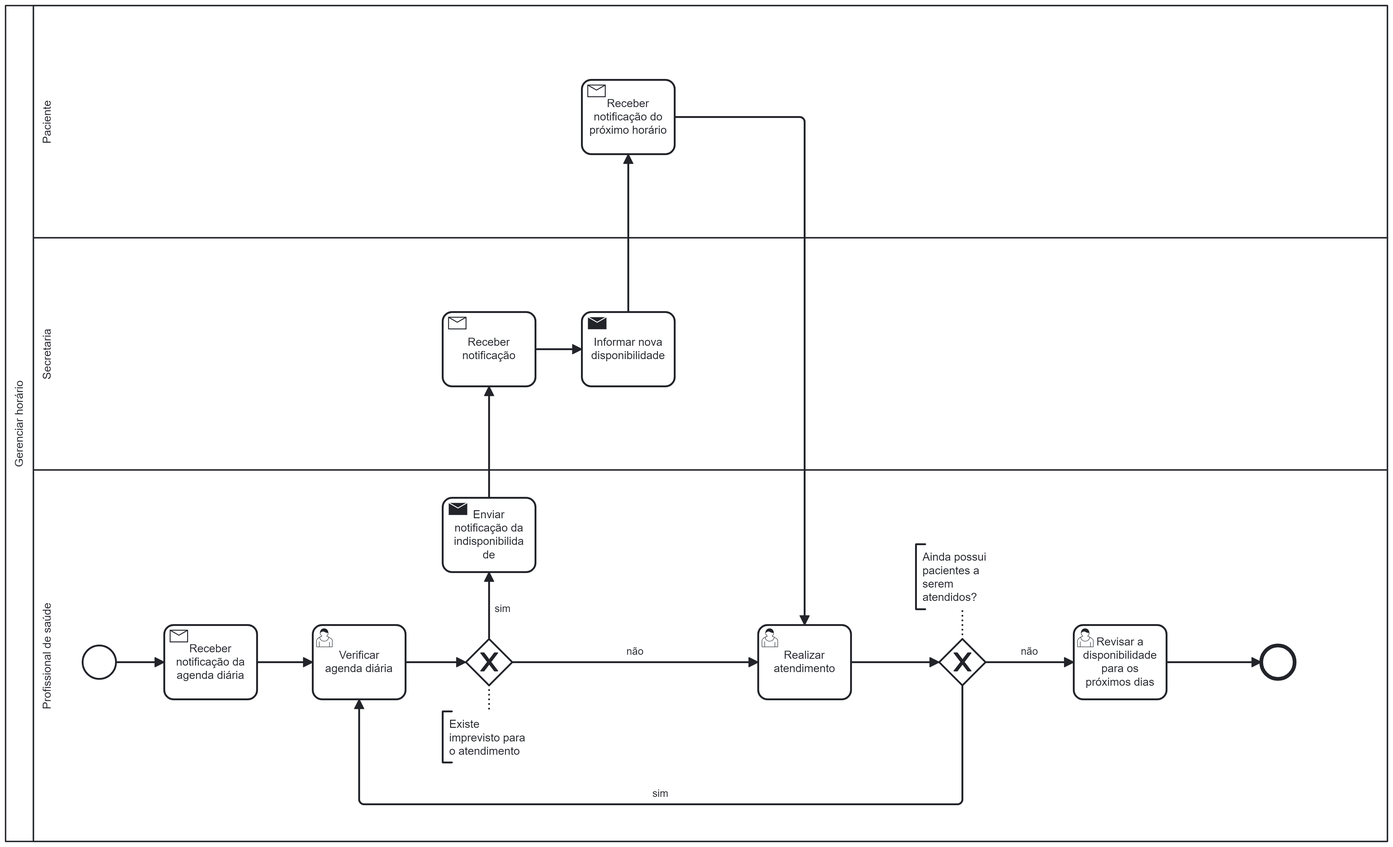
This is docs/images/processo_4_gerenciar_horario.png from bragap/healthassist-faculdade-2p, a BPMN export, as it was before one commit. Its source is kept beside it as assets/processes/processo_4_gerenciar_horario.bpmn. Ids are renumbered.
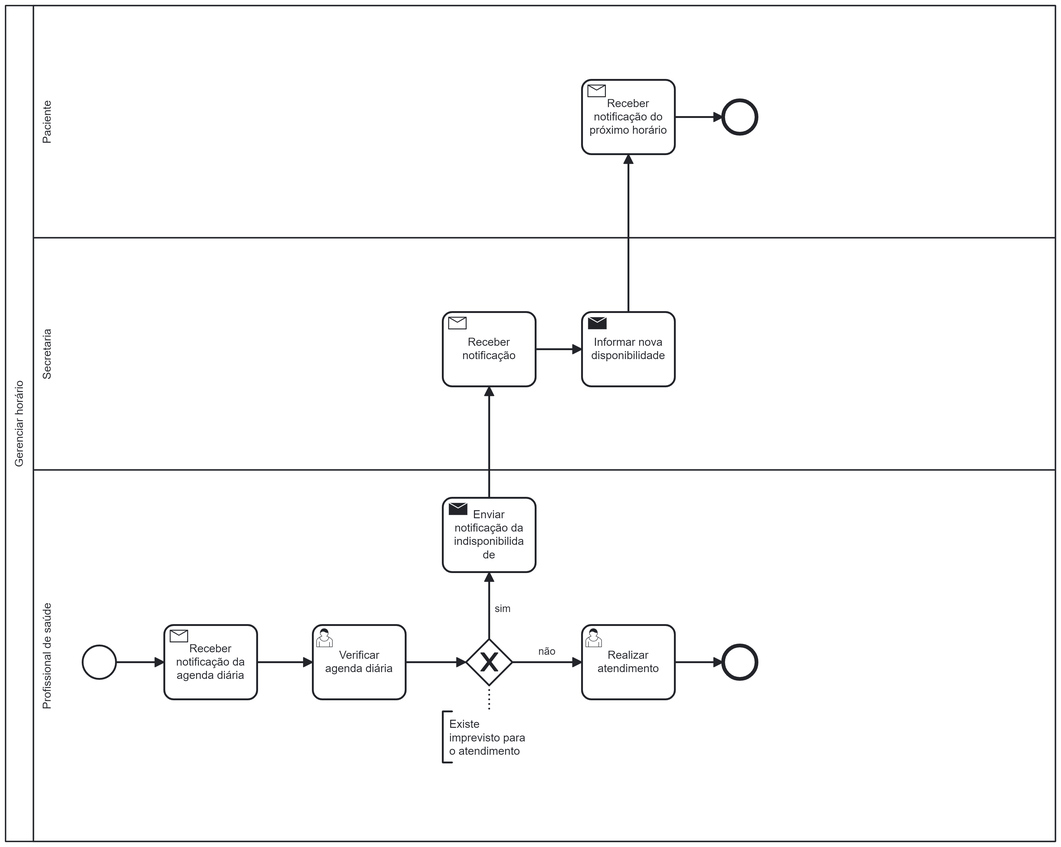
Above is the later version.

Commit message:
Autalização do Processo 4 #63

Diff of the diagram source:
```diff
@@ -10,10 +10,8 @@
         <bpmn:flowNodeRef>Activity_n8</bpmn:flowNodeRef>
         <bpmn:flowNodeRef>Gateway_n9</bpmn:flowNodeRef>
         <bpmn:flowNodeRef>Activity_n10</bpmn:flowNodeRef>
-        <bpmn:flowNodeRef>Gateway_n11</bpmn:flowNodeRef>
-        <bpmn:flowNodeRef>Event_n12</bpmn:flowNodeRef>
         <bpmn:flowNodeRef>Activity_n13</bpmn:flowNodeRef>
-        <bpmn:flowNodeRef>Activity_n14</bpmn:flowNodeRef>
+        <bpmn:flowNodeRef>Event_n37</bpmn:flowNodeRef>
       </bpmn:lane>
       <bpmn:lane id="Lane_n15" name="Secretaria">
         <bpmn:flowNodeRef>Activity_n16</bpmn:flowNodeRef>
@@ -21,6 +19,7 @@
       </bpmn:lane>
       <bpmn:lane id="Lane_n18" name="Paciente">
         <bpmn:flowNodeRef>Activity_n19</bpmn:flowNodeRef>
+        <bpmn:flowNodeRef>Event_n38</bpmn:flowNodeRef>
       </bpmn:lane>
     </bpmn:laneSet>
     <bpmn:startEvent id="StartEvent_1">
@@ -32,7 +31,6 @@
     </bpmn:receiveTask>
     <bpmn:userTask id="Activity_n8" name="Verificar agenda diária">
       <bpmn:incoming>Flow_n21</bpmn:incoming>
-      <bpmn:incoming>Flow_n22</bpmn:incoming>
       <bpmn:outgoing>Flow_n23</bpmn:outgoing>
     </bpmn:userTask>
     <bpmn:exclusiveGateway id="Gateway_n9">
@@ -48,77 +46,55 @@
       <bpmn:incoming>Flow_n26</bpmn:incoming>
       <bpmn:outgoing>Flow_n27</bpmn:outgoing>
     </bpmn:receiveTask>
-    <bpmn:exclusiveGateway id="Gateway_n11">
-      <bpmn:incoming>Flow_n28</bpmn:incoming>
-      <bpmn:outgoing>Flow_n29</bpmn:outgoing>
-      <bpmn:outgoing>Flow_n22</bpmn:outgoing>
-    </bpmn:exclusiveGateway>
-    <bpmn:endEvent id="Event_n12">
-      <bpmn:incoming>Flow_n30</bpmn:incoming>
-    </bpmn:endEvent>
     <bpmn:receiveTask id="Activity_n19" name="Receber notificação do próximo horário">
       <bpmn:incoming>Flow_n31</bpmn:incoming>
-      <bpmn:outgoing>Flow_n32</bpmn:outgoing>
+      <bpmn:outgoing>Flow_n39</bpmn:outgoing>
     </bpmn:receiveTask>
     <bpmn:sendTask id="Activity_n17" name="Informar nova disponibilidade">
       <bpmn:incoming>Flow_n27</bpmn:incoming>
       <bpmn:outgoing>Flow_n31</bpmn:outgoing>
     </bpmn:sendTask>
-    <bpmn:userTask id="Activity_n13" name="Realizar atendimento">
-      <bpmn:incoming>Flow_n25</bpmn:incoming>
-      <bpmn:incoming>Flow_n32</bpmn:incoming>
-      <bpmn:outgoing>Flow_n28</bpmn:outgoing>
-    </bpmn:userTask>
-    <bpmn:userTask id="Activity_n14" name="Revisar a disponibilidade para os próximos dias">
-      <bpmn:incoming>Flow_n29</bpmn:incoming>
-      <bpmn:outgoing>Flow_n30</bpmn:outgoing>
-    </bpmn:userTask>
     <bpmn:sequenceFlow id="Flow_n20" sourceRef="StartEvent_1" targetRef="Activity_n7" />
     <bpmn:sequenceFlow id="Flow_n21" sourceRef="Activity_n7" targetRef="Activity_n8" />
-    <bpmn:sequenceFlow id="Flow_n22" name="sim" sourceRef="Gateway_n11" targetRef="Activity_n8" />
     <bpmn:sequenceFlow id="Flow_n23" sourceRef="Activity_n8" targetRef="Gateway_n9" />
     <bpmn:sequenceFlow id="Flow_n24" name="sim" sourceRef="Gateway_n9" targetRef="Activity_n10" />
     <bpmn:sequenceFlow id="Flow_n25" name="não" sourceRef="Gateway_n9" targetRef="Activity_n13" />
     <bpmn:sequenceFlow id="Flow_n26" sourceRef="Activity_n10" targetRef="Activity_n16" />
     <bpmn:sequenceFlow id="Flow_n27" sourceRef="Activity_n16" targetRef="Activity_n17" />
-    <bpmn:sequenceFlow id="Flow_n28" sourceRef="Activity_n13" targetRef="Gateway_n11" />
-    <bpmn:sequenceFlow id="Flow_n29" name="não" sourceRef="Gateway_n11" targetRef="Activity_n14" />
-    <bpmn:sequenceFlow id="Flow_n30" sourceRef="Activity_n14" targetRef="Event_n12" />
     <bpmn:sequenceFlow id="Flow_n31" sourceRef="Activity_n17" targetRef="Activity_n19" />
-    <bpmn:sequenceFlow id="Flow_n32" sourceRef="Activity_n19" targetRef="Activity_n13" />
-    <bpmn:textAnnotation id="TextAnnotation_n33">
-      <bpmn:text>Ainda possui pacientes a serem atendidos?</bpmn:text>
-    </bpmn:textAnnotation>
+    <bpmn:sequenceFlow id="Flow_n40" sourceRef="Activity_n13" targetRef="Event_n37" />
+    <bpmn:endEvent id="Event_n38">
+      <bpmn:incoming>Flow_n39</bpmn:incoming>
+    </bpmn:endEvent>
+    <bpmn:sequenceFlow id="Flow_n39" sourceRef="Activity_n19" targetRef="Event_n38" />
+    <bpmn:userTask id="Activity_n13" name="Realizar atendimento">
+      <bpmn:incoming>Flow_n25</bpmn:incoming>
+      <bpmn:outgoing>Flow_n40</bpmn:outgoing>
+    </bpmn:userTask>
+    <bpmn:endEvent id="Event_n37">
+      <bpmn:incoming>Flow_n40</bpmn:incoming>
+    </bpmn:endEvent>
     <bpmn:textAnnotation id="TextAnnotation_n34">
       <bpmn:text>Existe imprevisto para o atendimento</bpmn:text>
     </bpmn:textAnnotation>
-    <bpmn:association id="Association_n35" sourceRef="Gateway_n11" targetRef="TextAnnotation_n33" />
     <bpmn:association id="Association_n36" sourceRef="Gateway_n9" targetRef="TextAnnotation_n34" />
   </bpmn:process>
   <bpmndi:BPMNDiagram id="BPMNDiagram_1">
     <bpmndi:BPMNPlane id="BPMNPlane_1" bpmnElement="Collaboration_n2">
       <bpmndi:BPMNShape id="Participant_n3_di" bpmnElement="Participant_n3" isHorizontal="true">
-        <dc:Bounds x="129" y="80" width="1489" height="900" />
+        <dc:Bounds x="129" y="80" width="1131" height="900" />
+        <bpmndi:BPMNLabel />
+      </bpmndi:BPMNShape>
+      <bpmndi:BPMNShape id="Lane_n18_di" bpmnElement="Lane_n18" isHorizontal="true">
+        <dc:Bounds x="159" y="80" width="1101" height="250" />
+        <bpmndi:BPMNLabel />
+      </bpmndi:BPMNShape>
+      <bpmndi:BPMNShape id="Lane_n15_di" bpmnElement="Lane_n15" isHorizontal="true">
+        <dc:Bounds x="159" y="330" width="1101" height="250" />
         <bpmndi:BPMNLabel />
       </bpmndi:BPMNShape>
       <bpmndi:BPMNShape id="Lane_n6_di" bpmnElement="Lane_n6" isHorizontal="true">
-        <dc:Bounds x="159" y="580" width="1459" height="400" />
-        <bpmndi:BPMNLabel />
-      </bpmndi:BPMNShape>
-      <bpmndi:BPMNShape id="Lane_n15_di" bpmnElement="Lane_n15" isHorizontal="true">
-        <dc:Bounds x="159" y="330" width="1459" height="250" />
-        <bpmndi:BPMNLabel />
-      </bpmndi:BPMNShape>
-      <bpmndi:BPMNShape id="Lane_n18_di" bpmnElement="Lane_n18" isHorizontal="true">
-        <dc:Bounds x="159" y="80" width="1459" height="250" />
-        <bpmndi:BPMNLabel />
-      </bpmndi:BPMNShape>
-      <bpmndi:BPMNShape id="TextAnnotation_n33_di" bpmnElement="TextAnnotation_n33">
-        <dc:Bounds x="1110" y="660" width="99.99999794078421" height="69.98987751290223" />
-        <bpmndi:BPMNLabel />
-      </bpmndi:BPMNShape>
-      <bpmndi:BPMNShape id="TextAnnotation_n34_di" bpmnElement="TextAnnotation_n34">
-        <dc:Bounds x="600" y="840" width="99.99999794078421" height="54.993252361673406" />
+        <dc:Bounds x="159" y="580" width="1101" height="400" />
         <bpmndi:BPMNLabel />
       </bpmndi:BPMNShape>
       <bpmndi:BPMNShape id="_BPMNShape_StartEvent_2" bpmnElement="StartEvent_1">
@@ -141,34 +117,26 @@
       <bpmndi:BPMNShape id="Activity_0jwj8g1_di" bpmnElement="Activity_n16">
         <dc:Bounds x="600" y="410" width="100" height="80" />
       </bpmndi:BPMNShape>
-      <bpmndi:BPMNShape id="Gateway_n11_di" bpmnElement="Gateway_n11" isMarkerVisible="true">
-        <dc:Bounds x="1135" y="762" width="50" height="50" />
-      </bpmndi:BPMNShape>
-      <bpmndi:BPMNShape id="Event_n12_di" bpmnElement="Event_n12">
-        <dc:Bounds x="1482" y="769" width="36" height="36" />
-      </bpmndi:BPMNShape>
       <bpmndi:BPMNShape id="Activity_0mrf0g4_di" bpmnElement="Activity_n19">
         <dc:Bounds x="750" y="160" width="100" height="80" />
       </bpmndi:BPMNShape>
       <bpmndi:BPMNShape id="Activity_0tf8ryx_di" bpmnElement="Activity_n17">
         <dc:Bounds x="750" y="410" width="100" height="80" />
       </bpmndi:BPMNShape>
-      <bpmndi:BPMNShape id="Activity_0ib7bg7_di" bpmnElement="Activity_n13">
-        <dc:Bounds x="940" y="747" width="100" height="80" />
+      <bpmndi:BPMNShape id="TextAnnotation_n34_di" bpmnElement="TextAnnotation_n34">
+        <dc:Bounds x="600" y="840" width="99.99999794078421" height="54.993252361673406" />
         <bpmndi:BPMNLabel />
       </bpmndi:BPMNShape>
-      <bpmndi:BPMNShape id="Activity_1fgx6bj_di" bpmnElement="Activity_n14">
-        <dc:Bounds x="1280" y="747" width="100" height="80" />
+      <bpmndi:BPMNShape id="Event_n38_di" bpmnElement="Event_n38">
+        <dc:Bounds x="902" y="182" width="36" height="36" />
+      </bpmndi:BPMNShape>
+      <bpmndi:BPMNShape id="Activity_0ib7bg7_di" bpmnElement="Activity_n13">
+        <dc:Bounds x="750" y="747" width="100" height="80" />
         <bpmndi:BPMNLabel />
       </bpmndi:BPMNShape>
-      <bpmndi:BPMNEdge id="Association_n35_di" bpmnElement="Association_n35">
-        <di:waypoint x="1160" y="762" />
-        <di:waypoint x="1160" y="730" />
-      </bpmndi:BPMNEdge>
-      <bpmndi:BPMNEdge id="Association_n36_di" bpmnElement="Association_n36">
-        <di:waypoint x="650" y="812" />
-        <di:waypoint x="650" y="840" />
-      </bpmndi:BPMNEdge>
+      <bpmndi:BPMNShape id="Event_n37_di" bpmnElement="Event_n37">
+        <dc:Bounds x="902" y="769" width="36" height="36" />
+      </bpmndi:BPMNShape>
       <bpmndi:BPMNEdge id="Flow_n20_di" bpmnElement="Flow_n20">
         <di:waypoint x="248" y="787" />
         <di:waypoint x="300" y="787" />
@@ -176,15 +144,6 @@
       <bpmndi:BPMNEdge id="Flow_n21_di" bpmnElement="Flow_n21">
         <di:waypoint x="400" y="787" />
         <di:waypoint x="460" y="787" />
-      </bpmndi:BPMNEdge>
-      <bpmndi:BPMNEdge id="Flow_n22_di" bpmnElement="Flow_n22">
-        <di:waypoint x="1160" y="812" />
-        <di:waypoint x="1160" y="940" />
-        <di:waypoint x="510" y="940" />
-        <di:waypoint x="510" y="827" />
-        <bpmndi:BPMNLabel>
-          <dc:Bounds x="826" y="922" width="18" height="14" />
-        </bpmndi:BPMNLabel>
       </bpmndi:BPMNEdge>
       <bpmndi:BPMNEdge id="Flow_n23_di" bpmnElement="Flow_n23">
         <di:waypoint x="560" y="787" />
@@ -199,9 +158,9 @@
       </bpmndi:BPMNEdge>
       <bpmndi:BPMNEdge id="Flow_n25_di" bpmnElement="Flow_n25">
         <di:waypoint x="675" y="787" />
-        <di:waypoint x="940" y="787" />
+        <di:waypoint x="750" y="787" />
         <bpmndi:BPMNLabel>
-          <dc:Bounds x="798" y="769" width="19" height="14" />
+          <dc:Bounds x="703" y="769" width="19" height="14" />
         </bpmndi:BPMNLabel>
       </bpmndi:BPMNEdge>
       <bpmndi:BPMNEdge id="Flow_n26_di" bpmnElement="Flow_n26">
@@ -212,29 +171,21 @@
         <di:waypoint x="700" y="450" />
         <di:waypoint x="750" y="450" />
       </bpmndi:BPMNEdge>
-      <bpmndi:BPMNEdge id="Flow_n28_di" bpmnElement="Flow_n28">
-        <di:waypoint x="1040" y="787" />
-        <di:waypoint x="1135" y="787" />
-      </bpmndi:BPMNEdge>
-      <bpmndi:BPMNEdge id="Flow_n29_di" bpmnElement="Flow_n29">
-        <di:waypoint x="1185" y="787" />
-        <di:waypoint x="1280" y="787" />
-        <bpmndi:BPMNLabel>
-          <dc:Bounds x="1223" y="769" width="19" height="14" />
-        </bpmndi:BPMNLabel>
-      </bpmndi:BPMNEdge>
-      <bpmndi:BPMNEdge id="Flow_n30_di" bpmnElement="Flow_n30">
-        <di:waypoint x="1380" y="787" />
-        <di:waypoint x="1482" y="787" />
-      </bpmndi:BPMNEdge>
       <bpmndi:BPMNEdge id="Flow_n31_di" bpmnElement="Flow_n31">
         <di:waypoint x="800" y="410" />
         <di:waypoint x="800" y="240" />
       </bpmndi:BPMNEdge>
-      <bpmndi:BPMNEdge id="Flow_n32_di" bpmnElement="Flow_n32">
+      <bpmndi:BPMNEdge id="Association_n36_di" bpmnElement="Association_n36">
+        <di:waypoint x="650" y="812" />
+        <di:waypoint x="650" y="840" />
+      </bpmndi:BPMNEdge>
+      <bpmndi:BPMNEdge id="Flow_n40_di" bpmnElement="Flow_n40">
+        <di:waypoint x="850" y="787" />
+        <di:waypoint x="902" y="787" />
+      </bpmndi:BPMNEdge>
+      <bpmndi:BPMNEdge id="Flow_n39_di" bpmnElement="Flow_n39">
         <di:waypoint x="850" y="200" />
-        <di:waypoint x="990" y="200" />
-        <di:waypoint x="990" y="747" />
+        <di:waypoint x="902" y="200" />
       </bpmndi:BPMNEdge>
     </bpmndi:BPMNPlane>
   </bpmndi:BPMNDiagram>
```
